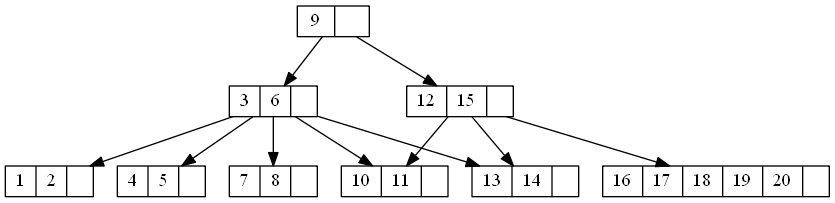
Above: Graphics/BTree.png in Guillermo-O-C/EDD_1S20200_PY2_201801366 (Graphviz), before the change. Its source is kept beside it as TextFiles/BTree.dot. The source it was exported from:
```dot
digraph G {
 node [shape = record,height=.1];9->3;
3->1;
3->4;
3->7;
3->10;
3->13;
9->12;
12->10;
12->13;
12->16;
9[label = "<f0>9|"];
3[label = "<f0>3|<f1>6|"];
1[label = "<f0>1|<f1>2|"];
4[label = "<f0>4|<f1>5|"];
7[label = "<f0>7|<f1>8|"];
10[label = "<f0>10|<f1>11|"];
13[label = "<f0>13|<f1>14|"];
12[label = "<f0>12|<f1>15|"];
10[label = "<f0>10|<f1>11|"];
13[label = "<f0>13|<f1>14|"];
16[label = "<f0>16|<f1>17|<f2>18|<f3>19|<f4>20|"];
}
```
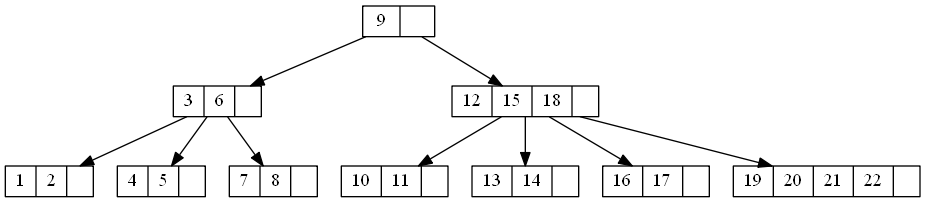
After the change.

What changed in the source:
```diff
@@ -3,21 +3,19 @@
 3->1;
 3->4;
 3->7;
-3->10;
-3->13;
 9->12;
 12->10;
 12->13;
 12->16;
+12->19;
 9[label = "<f0>9|"];
 3[label = "<f0>3|<f1>6|"];
 1[label = "<f0>1|<f1>2|"];
 4[label = "<f0>4|<f1>5|"];
 7[label = "<f0>7|<f1>8|"];
+12[label = "<f0>12|<f1>15|<f2>18|"];
 10[label = "<f0>10|<f1>11|"];
 13[label = "<f0>13|<f1>14|"];
-12[label = "<f0>12|<f1>15|"];
-10[label = "<f0>10|<f1>11|"];
-13[label = "<f0>13|<f1>14|"];
-16[label = "<f0>16|<f1>17|<f2>18|<f3>19|<f4>20|"];
+16[label = "<f0>16|<f1>17|"];
+19[label = "<f0>19|<f1>20|<f2>21|<f3>22|"];
 }
```
